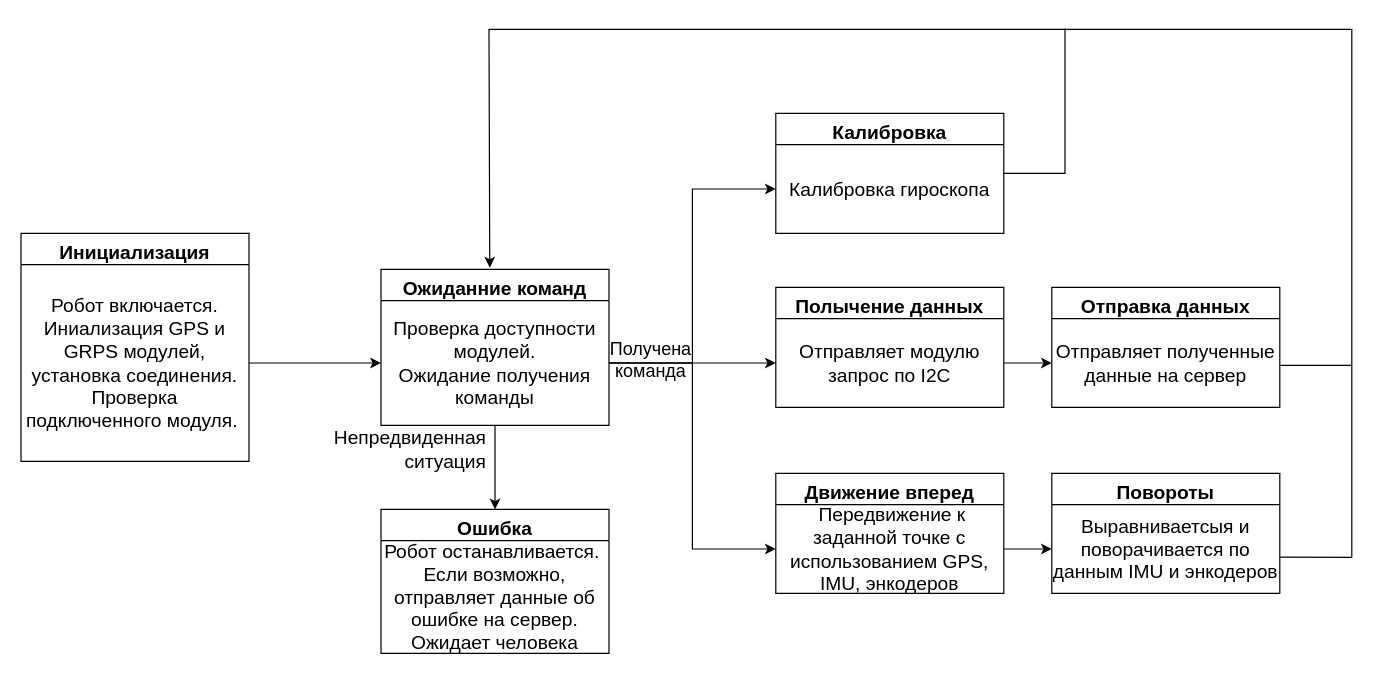
Before: 3Д модели и чертежи/Диограма состояний.drawio in Zyvexa/Agro_robot_project, a draw.io diagram. Source tidied: cells renumbered, new cells numbered last; positions are measured from the earlier drawing's top-left corner, leaving out a move shared by most shapes. Both pictures are drawn from the tidied source at 120%, with x=0, y=0 at pixel (20, 29).
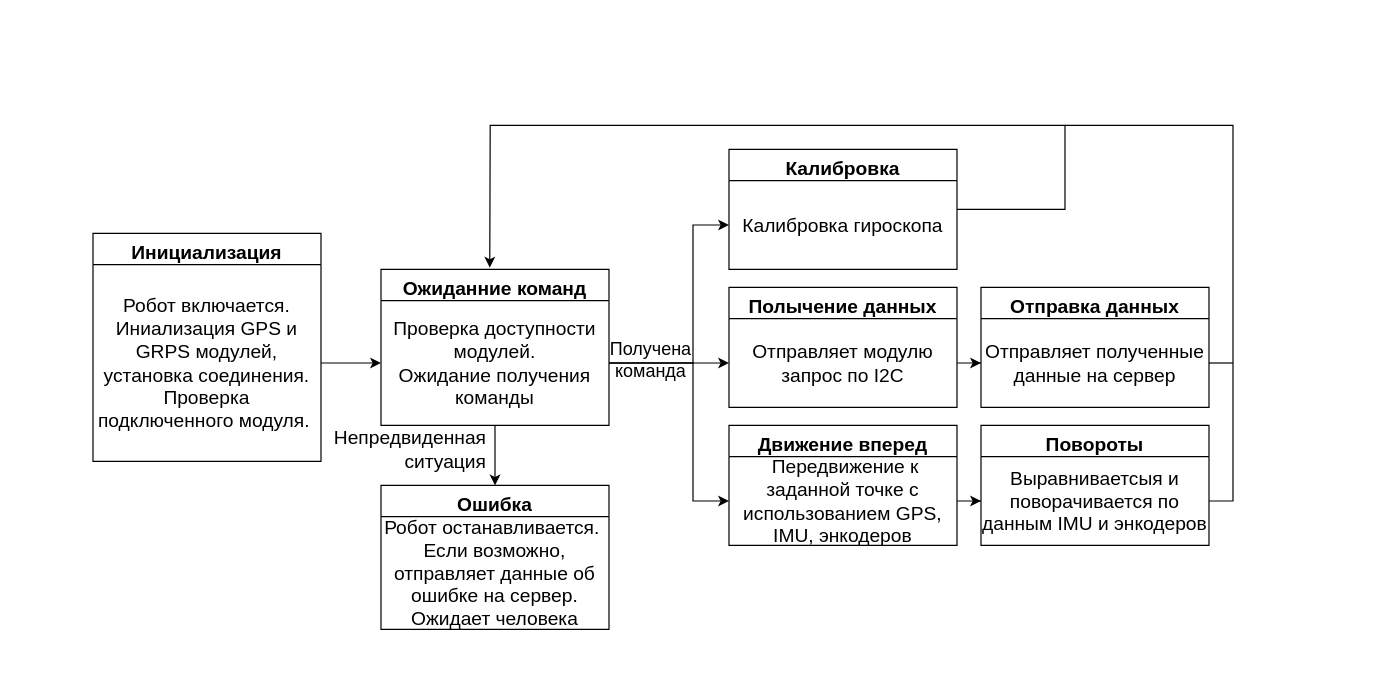
The same diagram, later.

The change refers to these unchanged cells:
```xml
<mxCell id="4" value="&lt;b&gt;&lt;font&gt;Ожиданние команд&lt;/font&gt;&lt;/b&gt;" style="swimlane;fontStyle=0;align=center;verticalAlign=top;horizontal=1;startSize=26;rounded=0;shadow=0;strokeWidth=1;whiteSpace=wrap;html=1;fontSize=16;" parent="1" vertex="1">
  <mxGeometry x="300" y="200" width="190" height="130" as="geometry" />
</mxCell>
<mxCell id="5" value="Проверка доступности модулей.&lt;div&gt;Ожидание получения команды&lt;/div&gt;" style="text;align=center;verticalAlign=middle;rounded=0;textDirection=ltr;horizontal=1;fontSize=16;html=1;whiteSpace=wrap;" parent="4" vertex="1">
  <mxGeometry y="26" width="190" height="104" as="geometry" />
</mxCell>
<mxCell id="11" value="Калибровка гироскопа" style="text;align=center;verticalAlign=middle;rounded=0;textDirection=ltr;horizontal=1;fontSize=16;html=1;whiteSpace=wrap;" parent="10" vertex="1">
  <mxGeometry y="26" width="190" height="74" as="geometry" />
</mxCell>
<mxCell id="21" value="&amp;nbsp;Передвижение к заданной точке с использованием GPS, IMU, энкодеров" style="text;align=center;verticalAlign=middle;rounded=0;textDirection=ltr;horizontal=1;fontSize=16;html=1;whiteSpace=wrap;" parent="20" vertex="1">
  <mxGeometry y="26" width="190" height="74" as="geometry" />
</mxCell>
<mxCell id="23" value="Выравниваетсыя и поворачивается по данным IMU и энкодеров" style="text;align=center;verticalAlign=middle;rounded=0;textDirection=ltr;horizontal=1;fontSize=16;html=1;whiteSpace=wrap;" parent="22" vertex="1">
  <mxGeometry y="26" width="190" height="74" as="geometry" />
</mxCell>
<mxCell id="26" value="Отправляет полученные данные на сервер" style="text;align=center;verticalAlign=middle;rounded=0;textDirection=ltr;horizontal=1;fontSize=16;html=1;whiteSpace=wrap;" parent="25" vertex="1">
  <mxGeometry y="26" width="190" height="74" as="geometry" />
</mxCell>
```

The edit, as a diff of the source:
```diff
@@
     <mxCell id="2" value="&lt;b&gt;&lt;font&gt;Инициализация&lt;/font&gt;&lt;/b&gt;" style="swimlane;fontStyle=0;align=center;verticalAlign=top;horizontal=1;startSize=26;rounded=0;shadow=0;strokeWidth=1;whiteSpace=wrap;html=1;fontSize=16;" parent="1" vertex="1">
-      <mxGeometry y="170" width="190" height="190" as="geometry" />
+      <mxGeometry x="60" y="170" width="190" height="190" as="geometry" />
     </mxCell>
@@
     <mxCell id="6" value="&lt;b&gt;&lt;font&gt;Полычение данных&lt;/font&gt;&lt;/b&gt;" style="swimlane;fontStyle=0;align=center;verticalAlign=top;horizontal=1;startSize=26;rounded=0;shadow=0;strokeWidth=1;whiteSpace=wrap;html=1;fontSize=16;" parent="1" vertex="1">
-      <mxGeometry x="629" y="215" width="190" height="100" as="geometry" />
+      <mxGeometry x="590" y="215" width="190" height="100" as="geometry" />
     </mxCell>
@@
     <mxCell id="8" value="&lt;b&gt;&lt;font&gt;Ошибка&lt;/font&gt;&lt;/b&gt;" style="swimlane;fontStyle=0;align=center;verticalAlign=top;horizontal=1;startSize=26;rounded=0;shadow=0;strokeWidth=1;whiteSpace=wrap;html=1;fontSize=16;" parent="1" vertex="1">
-      <mxGeometry x="300" y="400" width="190" height="120" as="geometry" />
+      <mxGeometry x="300" y="380" width="190" height="120" as="geometry" />
     </mxCell>
@@
     <mxCell id="10" value="&lt;b&gt;&lt;font&gt;Калибровка&lt;/font&gt;&lt;/b&gt;" style="swimlane;fontStyle=0;align=center;verticalAlign=top;horizontal=1;startSize=26;rounded=0;shadow=0;strokeWidth=1;whiteSpace=wrap;html=1;fontSize=16;" parent="1" vertex="1">
-      <mxGeometry x="629" y="70" width="190" height="100" as="geometry" />
+      <mxGeometry x="590" y="100" width="190" height="100" as="geometry" />
     </mxCell>
@@
     <mxCell id="13" style="edgeStyle=orthogonalEdgeStyle;rounded=0;jettySize=auto;html=1;entryX=0;entryY=0.5;entryDx=0;entryDy=0;fontSize=16;" parent="1" edge="1" source="5" target="11">
-      <mxGeometry relative="1" as="geometry" />
+      <mxGeometry relative="1" as="geometry">
+        <Array as="points">
+          <mxPoint x="560" y="278" />
+          <mxPoint x="560" y="163" />
+        </Array>
+      </mxGeometry>
     </mxCell>
@@
     <mxCell id="16" style="endArrow=classic;html=1;rounded=0;entryX=0.477;entryY=-0.011;entryDx=0;entryDy=0;entryPerimeter=0;fontSize=16;exitX=1;exitY=0.5;exitDx=0;exitDy=0;" parent="1" edge="1" source="10" target="4">
       <mxGeometry relative="1" as="geometry">
         <Array as="points">
-          <mxPoint x="870" y="120" />
-          <mxPoint x="870" y="40" />
-          <mxPoint x="870" />
-          <mxPoint x="390" />
+          <mxPoint x="870" y="150" />
+          <mxPoint x="870" y="80" />
+          <mxPoint x="640" y="80" />
+          <mxPoint x="391" y="80" />
         </Array>
       </mxGeometry>
     </mxCell>
-    <mxCell id="17" style="endArrow=none;html=1;rounded=0;fontSize=16;" parent="1" edge="1">
-      <mxGeometry relative="1" as="geometry">
-        <mxPoint x="869" as="sourcePoint" />
-        <mxPoint x="1109" y="440" as="targetPoint" />
-        <Array as="points">
-          <mxPoint x="1109" />
-        </Array>
-      </mxGeometry>
-    </mxCell>
-    <mxCell id="18" style="endArrow=none;html=1;rounded=0;fontSize=16;" parent="1" edge="1">
-      <mxGeometry relative="1" as="geometry">
-        <mxPoint x="1109" y="280" as="sourcePoint" />
-        <mxPoint x="1049" y="280" as="targetPoint" />
-      </mxGeometry>
-    </mxCell>
@@
     <mxCell id="20" value="&lt;b&gt;&lt;font&gt;Движение вперед&lt;/font&gt;&lt;/b&gt;" style="swimlane;fontStyle=0;align=center;verticalAlign=top;horizontal=1;startSize=26;rounded=0;shadow=0;strokeWidth=1;whiteSpace=wrap;html=1;fontSize=16;" parent="1" vertex="1">
-      <mxGeometry x="629" y="370" width="190" height="100" as="geometry" />
+      <mxGeometry x="590" y="330" width="190" height="100" as="geometry" />
     </mxCell>
@@
     <mxCell id="22" value="&lt;b&gt;&lt;font&gt;Повороты&lt;/font&gt;&lt;/b&gt;" style="swimlane;fontStyle=0;align=center;verticalAlign=top;horizontal=1;startSize=26;rounded=0;shadow=0;strokeWidth=1;whiteSpace=wrap;html=1;fontSize=16;" parent="1" vertex="1">
-      <mxGeometry x="859" y="370" width="190" height="100" as="geometry" />
+      <mxGeometry x="800" y="330" width="190" height="100" as="geometry" />
     </mxCell>
@@
     <mxCell id="25" value="&lt;b&gt;&lt;font&gt;Отправка данных&lt;/font&gt;&lt;/b&gt;" style="swimlane;fontStyle=0;align=center;verticalAlign=top;horizontal=1;startSize=26;rounded=0;shadow=0;strokeWidth=1;whiteSpace=wrap;html=1;fontSize=16;" parent="1" vertex="1">
-      <mxGeometry x="859" y="215" width="190" height="100" as="geometry" />
+      <mxGeometry x="800" y="215" width="190" height="100" as="geometry" />
     </mxCell>
+    <mxCell id="31" style="edgeStyle=orthogonalEdgeStyle;rounded=0;jettySize=auto;html=1;exitX=1;exitY=0.5;exitDx=0;exitDy=0;endArrow=none;startFill=0;" parent="25" edge="1" source="26">
+      <mxGeometry relative="1" as="geometry">
+        <mxPoint x="210" y="63" as="targetPoint" />
+      </mxGeometry>
+    </mxCell>
@@
-    <mxCell id="28" style="endArrow=none;html=1;rounded=0;entryX=1.002;entryY=0.591;entryDx=0;entryDy=0;entryPerimeter=0;fontSize=16;" parent="1" edge="1" target="23">
+    <mxCell id="28" style="endArrow=none;html=1;rounded=0;entryX=1;entryY=0.5;entryDx=0;entryDy=0;fontSize=16;" parent="1" edge="1" target="23">
       <mxGeometry relative="1" as="geometry">
-        <mxPoint x="1109" y="440" as="sourcePoint" />
+        <mxPoint x="870" y="80" as="sourcePoint" />
+        <Array as="points">
+          <mxPoint x="1010" y="80" />
+          <mxPoint x="1010" y="393" />
+        </Array>
       </mxGeometry>
     </mxCell>
@@
     <mxCell id="30" style="edgeStyle=orthogonalEdgeStyle;rounded=0;jettySize=auto;html=1;entryX=0;entryY=0.5;entryDx=0;entryDy=0;" parent="1" edge="1" source="5" target="21">
-      <mxGeometry relative="1" as="geometry" />
+      <mxGeometry relative="1" as="geometry">
+        <Array as="points">
+          <mxPoint x="560" y="278" />
+          <mxPoint x="560" y="393" />
+        </Array>
+      </mxGeometry>
     </mxCell>
```
